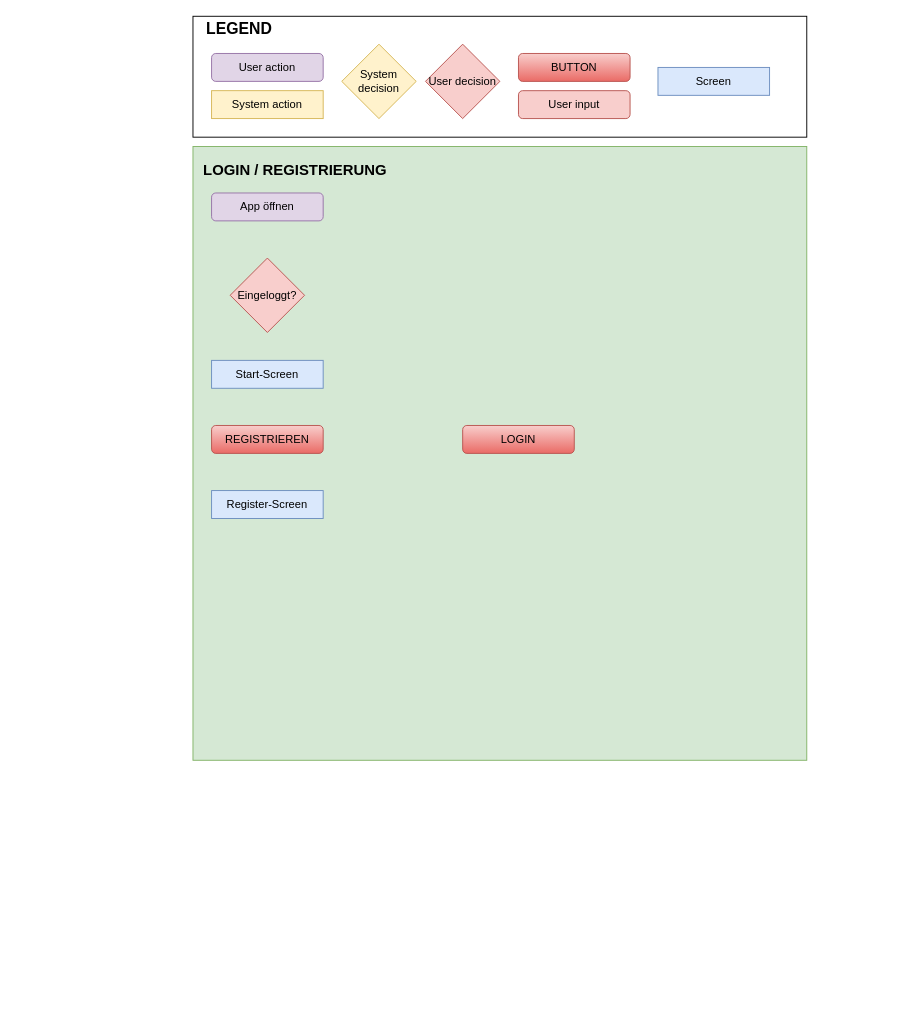
amine-oez/App-Entwicklung keeps this draw.io diagram as Ablaufdiagramm_AppEntwickung.drawio. Above is the earlier version. Source tidied: cells renumbered, new cells numbered last; positions are measured from the earlier drawing's top-left corner, leaving out a move shared by most shapes. Both pictures are drawn from the tidied source at 93%, with x=0, y=0 at pixel (193, 16).
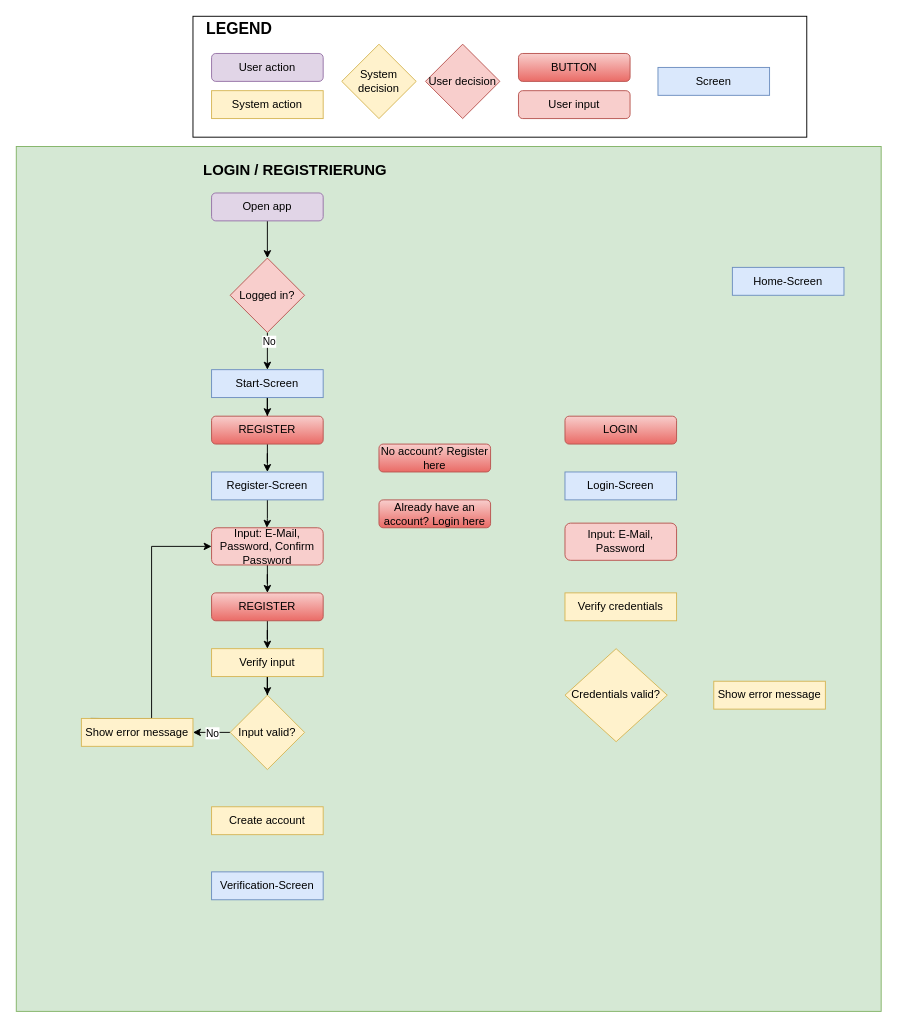
Above is the later version.

What changed in the source:
```diff
@@
     <mxCell id="11" style="whiteSpace=wrap;html=1;fillColor=#d5e8d4;strokeColor=#82b366;" parent="1" vertex="1">
-      <mxGeometry y="140" width="660" height="660" as="geometry" />
+      <mxGeometry x="-190" y="140" width="930" height="930" as="geometry" />
     </mxCell>
@@
+    <mxCell id="19" style="edgeStyle=orthogonalEdgeStyle;rounded=0;jettySize=auto;html=1;entryX=0.5;entryY=0;entryDx=0;entryDy=0;defaultLabelBackgroundColor=page;" parent="1" edge="1" source="13" target="14">
+      <mxGeometry relative="1" as="geometry" />
+    </mxCell>
-    <mxCell id="13" value="App öffnen" style="rounded=1;whiteSpace=wrap;html=1;roundedPerimeter=1;fillColor=#e1d5e7;strokeColor=#9673a6;" parent="1" vertex="1">
+    <mxCell id="13" value="Open app" style="rounded=1;whiteSpace=wrap;html=1;roundedPerimeter=1;fillColor=#e1d5e7;strokeColor=#9673a6;" parent="1" vertex="1">
       <mxGeometry x="20" y="190" width="120" height="30" as="geometry" />
     </mxCell>
+    <mxCell id="20" style="edgeStyle=orthogonalEdgeStyle;rounded=0;jettySize=auto;html=1;defaultLabelBackgroundColor=page;" parent="1" edge="1" source="14" target="15">
+      <mxGeometry relative="1" as="geometry" />
+    </mxCell>
+    <mxCell id="21" value="No" style="edgeLabel;html=1;align=center;verticalAlign=middle;inheritText=1;defaultLabelBackgroundColor=page;" parent="20" vertex="1">
+      <mxGeometry x="-0.54" y="1" relative="1" as="geometry" />
+    </mxCell>
-    <mxCell id="14" value="Eingeloggt?" style="rhombus;whiteSpace=wrap;html=1;shapeInside=1;fillColor=#f8cecc;strokeColor=#b85450;" parent="1" vertex="1">
+    <mxCell id="14" value="Logged in?" style="rhombus;whiteSpace=wrap;html=1;shapeInside=1;fillColor=#f8cecc;strokeColor=#b85450;" parent="1" vertex="1">
       <mxGeometry x="40" y="260" width="80" height="80" as="geometry" />
     </mxCell>
+    <mxCell id="22" style="edgeStyle=orthogonalEdgeStyle;rounded=0;jettySize=auto;html=1;entryX=0.5;entryY=0;entryDx=0;entryDy=0;defaultLabelBackgroundColor=page;" parent="1" edge="1" source="15" target="16">
+      <mxGeometry relative="1" as="geometry" />
+    </mxCell>
     <mxCell id="15" value="Start-Screen" style="rounded=0;whiteSpace=wrap;html=1;fillColor=#dae8fc;strokeColor=#6c8ebf;" parent="1" vertex="1">
-      <mxGeometry x="20" y="370" width="120" height="30" as="geometry" />
+      <mxGeometry x="20" y="380" width="120" height="30" as="geometry" />
     </mxCell>
+    <mxCell id="23" style="edgeStyle=orthogonalEdgeStyle;rounded=0;jettySize=auto;html=1;defaultLabelBackgroundColor=page;" parent="1" edge="1" source="16" target="18">
+      <mxGeometry relative="1" as="geometry" />
+    </mxCell>
-    <mxCell id="16" value="REGISTRIEREN" style="rounded=1;whiteSpace=wrap;html=1;roundedPerimeter=1;fillColor=#f8cecc;strokeColor=#b85450;gradientColor=#ea6b66;" parent="1" vertex="1">
-      <mxGeometry x="20" y="440" width="120" height="30" as="geometry" />
+    <mxCell id="16" value="REGISTER" style="rounded=1;whiteSpace=wrap;html=1;roundedPerimeter=1;fillColor=#f8cecc;strokeColor=#b85450;gradientColor=#ea6b66;" parent="1" vertex="1">
+      <mxGeometry x="20" y="430" width="120" height="30" as="geometry" />
     </mxCell>
     <mxCell id="17" value="LOGIN" style="rounded=1;whiteSpace=wrap;html=1;roundedPerimeter=1;fillColor=#f8cecc;strokeColor=#b85450;gradientColor=#ea6b66;" parent="1" vertex="1">
-      <mxGeometry x="290" y="440" width="120" height="30" as="geometry" />
+      <mxGeometry x="400" y="430" width="120" height="30" as="geometry" />
     </mxCell>
+    <mxCell id="24" style="edgeStyle=orthogonalEdgeStyle;rounded=0;jettySize=auto;html=1;entryX=0.496;entryY=0.096;entryDx=0;entryDy=0;defaultLabelBackgroundColor=page;" parent="1" edge="1" source="18" target="26">
+      <mxGeometry relative="1" as="geometry" />
+    </mxCell>
     <mxCell id="18" value="Register-Screen" style="rounded=0;whiteSpace=wrap;html=1;fillColor=#dae8fc;strokeColor=#6c8ebf;" parent="1" vertex="1">
-      <mxGeometry x="20" y="510" width="120" height="30" as="geometry" />
+      <mxGeometry x="20" y="490" width="120" height="30" as="geometry" />
     </mxCell>
+    <mxCell id="25" style="edgeStyle=orthogonalEdgeStyle;rounded=0;jettySize=auto;html=1;entryX=0.5;entryY=0;entryDx=0;entryDy=0;defaultLabelBackgroundColor=page;" parent="1" edge="1" source="26" target="28">
+      <mxGeometry relative="1" as="geometry" />
+    </mxCell>
+    <mxCell id="26" value="Input: E-Mail, Password, Confirm Password" style="rounded=1;whiteSpace=wrap;html=1;roundedPerimeter=1;fillColor=#f8cecc;strokeColor=#b85450;" parent="1" vertex="1">
+      <mxGeometry x="20" y="550" width="120" height="40" as="geometry" />
+    </mxCell>
+    <mxCell id="27" style="edgeStyle=orthogonalEdgeStyle;rounded=0;jettySize=auto;html=1;defaultLabelBackgroundColor=page;" parent="1" edge="1" source="28" target="30">
+      <mxGeometry relative="1" as="geometry" />
+    </mxCell>
+    <mxCell id="28" value="REGISTER" style="rounded=1;whiteSpace=wrap;html=1;roundedPerimeter=1;fillColor=#f8cecc;strokeColor=#b85450;gradientColor=#ea6b66;" parent="1" vertex="1">
+      <mxGeometry x="20" y="620" width="120" height="30" as="geometry" />
+    </mxCell>
+    <mxCell id="29" style="edgeStyle=orthogonalEdgeStyle;rounded=0;jettySize=auto;html=1;entryX=0.5;entryY=0;entryDx=0;entryDy=0;defaultLabelBackgroundColor=page;" parent="1" edge="1" source="30" target="33">
+      <mxGeometry relative="1" as="geometry" />
+    </mxCell>
+    <mxCell id="30" value="Verify input" style="rounded=0;whiteSpace=wrap;html=1;fillColor=#fff2cc;strokeColor=#d6b656;" parent="1" vertex="1">
+      <mxGeometry x="20" y="680" width="120" height="30" as="geometry" />
+    </mxCell>
+    <mxCell id="31" style="edgeStyle=orthogonalEdgeStyle;rounded=0;jettySize=auto;html=1;entryX=1;entryY=0.5;entryDx=0;entryDy=0;defaultLabelBackgroundColor=page;" parent="1" edge="1" source="33" target="35">
+      <mxGeometry relative="1" as="geometry" />
+    </mxCell>
+    <mxCell id="32" value="No" style="edgeLabel;html=1;align=center;verticalAlign=middle;inheritText=1;defaultLabelBackgroundColor=page;" parent="31" vertex="1">
+      <mxGeometry x="0.35" y="2" relative="1" as="geometry">
+        <mxPoint x="7" y="-2" as="offset" />
+      </mxGeometry>
+    </mxCell>
+    <mxCell id="33" value="Input valid?" style="rhombus;whiteSpace=wrap;html=1;shapeInside=1;fillColor=#fff2cc;strokeColor=#d6b656;" parent="1" vertex="1">
+      <mxGeometry x="40" y="730" width="80" height="80" as="geometry" />
+    </mxCell>
+    <mxCell id="34" style="edgeStyle=orthogonalEdgeStyle;rounded=0;jettySize=auto;html=1;defaultLabelBackgroundColor=page;exitX=0.5;exitY=0;exitDx=0;exitDy=0;entryX=0;entryY=0.5;entryDx=0;entryDy=0;" parent="1" edge="1" target="26">
+      <mxGeometry relative="1" as="geometry">
+        <mxPoint x="-110" y="755" as="sourcePoint" />
+      </mxGeometry>
+    </mxCell>
+    <mxCell id="35" value="Show error message" style="rounded=0;whiteSpace=wrap;html=1;fillColor=#fff2cc;strokeColor=#d6b656;" parent="1" vertex="1">
+      <mxGeometry x="-120" y="755" width="120" height="30" as="geometry" />
+    </mxCell>
+    <mxCell id="36" value="Create account" style="rounded=0;whiteSpace=wrap;html=1;fillColor=#fff2cc;strokeColor=#d6b656;" parent="1" vertex="1">
+      <mxGeometry x="20" y="850" width="120" height="30" as="geometry" />
+    </mxCell>
+    <mxCell id="37" value="Verification-Screen" style="rounded=0;whiteSpace=wrap;html=1;fillColor=#dae8fc;strokeColor=#6c8ebf;" parent="1" vertex="1">
+      <mxGeometry x="20" y="920" width="120" height="30" as="geometry" />
+    </mxCell>
+    <mxCell id="38" value="No account? Register here" style="rounded=1;whiteSpace=wrap;html=1;roundedPerimeter=1;fillColor=#f8cecc;strokeColor=#b85450;gradientColor=#ea6b66;" parent="1" vertex="1">
+      <mxGeometry x="200" y="460" width="120" height="30" as="geometry" />
+    </mxCell>
+    <mxCell id="39" value="Already have an account? Login here" style="rounded=1;whiteSpace=wrap;html=1;roundedPerimeter=1;fillColor=#f8cecc;strokeColor=#b85450;gradientColor=#ea6b66;" parent="1" vertex="1">
+      <mxGeometry x="200" y="520" width="120" height="30" as="geometry" />
+    </mxCell>
+    <mxCell id="40" value="Login-Screen" style="rounded=0;whiteSpace=wrap;html=1;fillColor=#dae8fc;strokeColor=#6c8ebf;" parent="1" vertex="1">
+      <mxGeometry x="400" y="490" width="120" height="30" as="geometry" />
+    </mxCell>
+    <mxCell id="41" style="edgeStyle=orthogonalEdgeStyle;rounded=0;orthogonalLoop=1;jettySize=auto;html=1;innerLoopWaypoints=1;exitX=0.5;exitY=1;exitDx=0;exitDy=0;defaultLabelBackgroundColor=page;" parent="1" edge="1" source="40" target="40">
+      <mxGeometry relative="1" as="geometry" />
+    </mxCell>
+    <mxCell id="42" value="Input: E-Mail, Password" style="rounded=1;whiteSpace=wrap;html=1;roundedPerimeter=1;fillColor=#f8cecc;strokeColor=#b85450;" parent="1" vertex="1">
+      <mxGeometry x="400" y="545" width="120" height="40" as="geometry" />
+    </mxCell>
+    <mxCell id="43" value="Verify credentials" style="rounded=0;whiteSpace=wrap;html=1;fillColor=#fff2cc;strokeColor=#d6b656;" parent="1" vertex="1">
+      <mxGeometry x="400" y="620" width="120" height="30" as="geometry" />
+    </mxCell>
+    <mxCell id="44" value="Credentials&amp;nbsp;&lt;span style=&quot;text-decoration: inherit;&quot;&gt;valid?&lt;/span&gt;" style="rhombus;whiteSpace=wrap;html=1;shapeInside=1;fillColor=#fff2cc;strokeColor=#d6b656;" parent="1" vertex="1">
+      <mxGeometry x="400" y="680" width="110" height="100" as="geometry" />
+    </mxCell>
+    <mxCell id="45" value="Show error message" style="rounded=0;whiteSpace=wrap;html=1;fillColor=#fff2cc;strokeColor=#d6b656;" parent="1" vertex="1">
+      <mxGeometry x="560" y="715" width="120" height="30" as="geometry" />
+    </mxCell>
+    <mxCell id="46" value="Home-Screen" style="rounded=0;whiteSpace=wrap;html=1;fillColor=#dae8fc;strokeColor=#6c8ebf;" parent="1" vertex="1">
+      <mxGeometry x="580" y="270" width="120" height="30" as="geometry" />
+    </mxCell>
```
